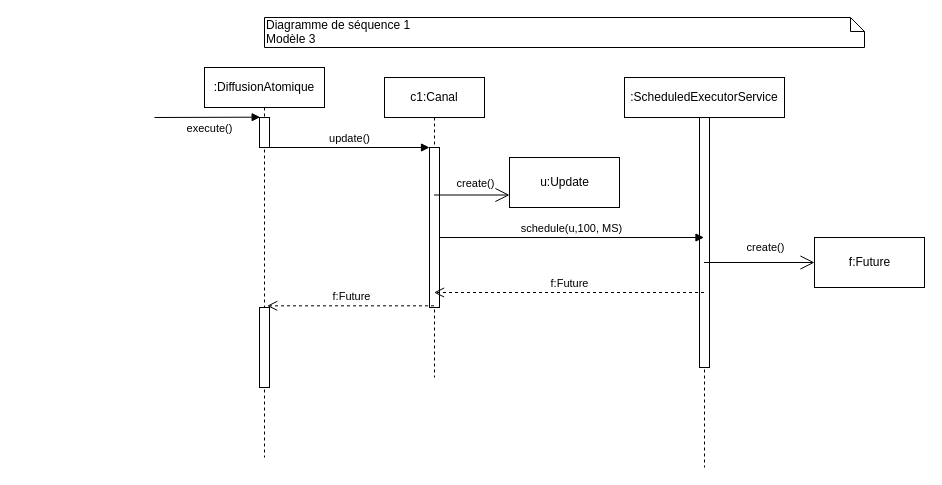
The draw.io diagram S1/AOC/TD/TD3/draw/M3_Diagram_Sequence_1.drawio in Yberion/M2-IL, before the edit. Source tidied: cells renumbered, new cells numbered last; positions are measured from the earlier drawing's top-left corner, leaving out a move shared by most shapes. Both pictures are drawn from the tidied source at 100%, with x=0, y=0 at pixel (154, 17).
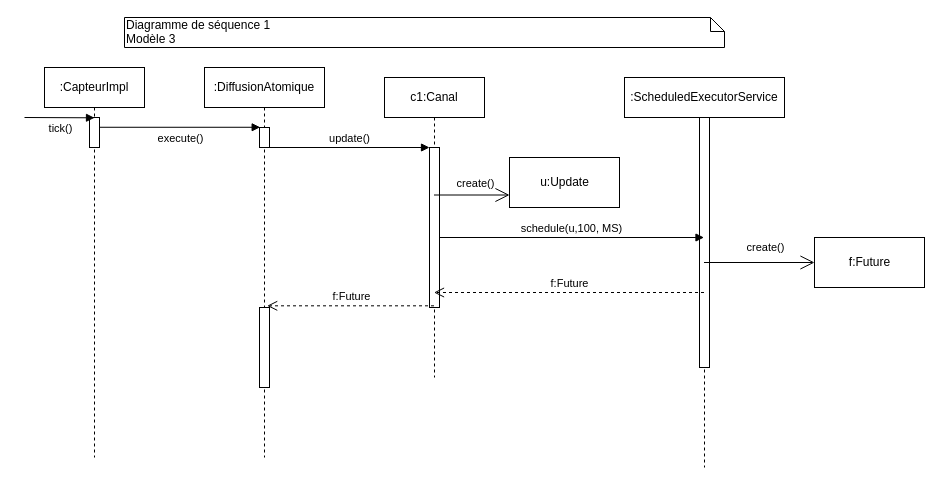
The same page after the edit.

Unchanged cells that the change refers to:
```xml
<mxCell id="3" value=":DiffusionAtomique" style="shape=umlLifeline;perimeter=lifelinePerimeter;whiteSpace=wrap;html=1;" parent="1" vertex="1">
  <mxGeometry x="50" y="50" width="120" height="390" as="geometry" />
</mxCell>
```

Change to the diagram source:
```diff
@@
     <mxCell id="2" value="Diagramme de séquence 1&lt;br&gt;Modèle 3" style="shape=note;whiteSpace=wrap;html=1;size=14;verticalAlign=top;align=left;spacingTop=-6;" parent="1" vertex="1">
-      <mxGeometry x="110" width="600" height="30" as="geometry" />
+      <mxGeometry x="-30" width="600" height="30" as="geometry" />
     </mxCell>
@@
     <mxCell id="4" style="html=1;points=[];perimeter=orthogonalPerimeter;" parent="3" vertex="1">
-      <mxGeometry x="55" y="50" width="10" height="30" as="geometry" />
+      <mxGeometry x="55" y="60" width="10" height="20" as="geometry" />
     </mxCell>
@@
-    <mxCell id="18" value="execute()" style="html=1;verticalAlign=bottom;endArrow=block;entryX=0.067;entryY=-0.011;entryDx=0;entryDy=0;entryPerimeter=0;" parent="1" edge="1" target="4">
-      <mxGeometry x="0.04" y="-20" relative="1" as="geometry">
-        <mxPoint y="100" as="sourcePoint" />
-      </mxGeometry>
+    <mxCell id="18" value="execute()" style="html=1;verticalAlign=bottom;endArrow=block;entryX=0.067;entryY=-0.011;entryDx=0;entryDy=0;entryPerimeter=0;" parent="1" edge="1" source="19" target="4">
+      <mxGeometry x="0.04" y="-20" relative="1" as="geometry" />
     </mxCell>
+    <mxCell id="19" value=":CapteurImpl" style="shape=umlLifeline;perimeter=lifelinePerimeter;whiteSpace=wrap;html=1;outlineConnect=0;" parent="1" vertex="1">
+      <mxGeometry x="-110" y="50" width="100" height="390" as="geometry" />
+    </mxCell>
+    <mxCell id="20" style="html=1;perimeter=orthogonalPerimeter;" parent="19" vertex="1">
+      <mxGeometry x="45" y="50" width="10" height="30" as="geometry" />
+    </mxCell>
+    <mxCell id="21" value="tick()" style="html=1;verticalAlign=bottom;endArrow=block;" parent="1" edge="1">
+      <mxGeometry x="0.04" y="-20" relative="1" as="geometry">
+        <mxPoint x="-130" y="100" as="sourcePoint" />
+        <mxPoint x="-60" y="100.3" as="targetPoint" />
+      </mxGeometry>
+    </mxCell>
```
